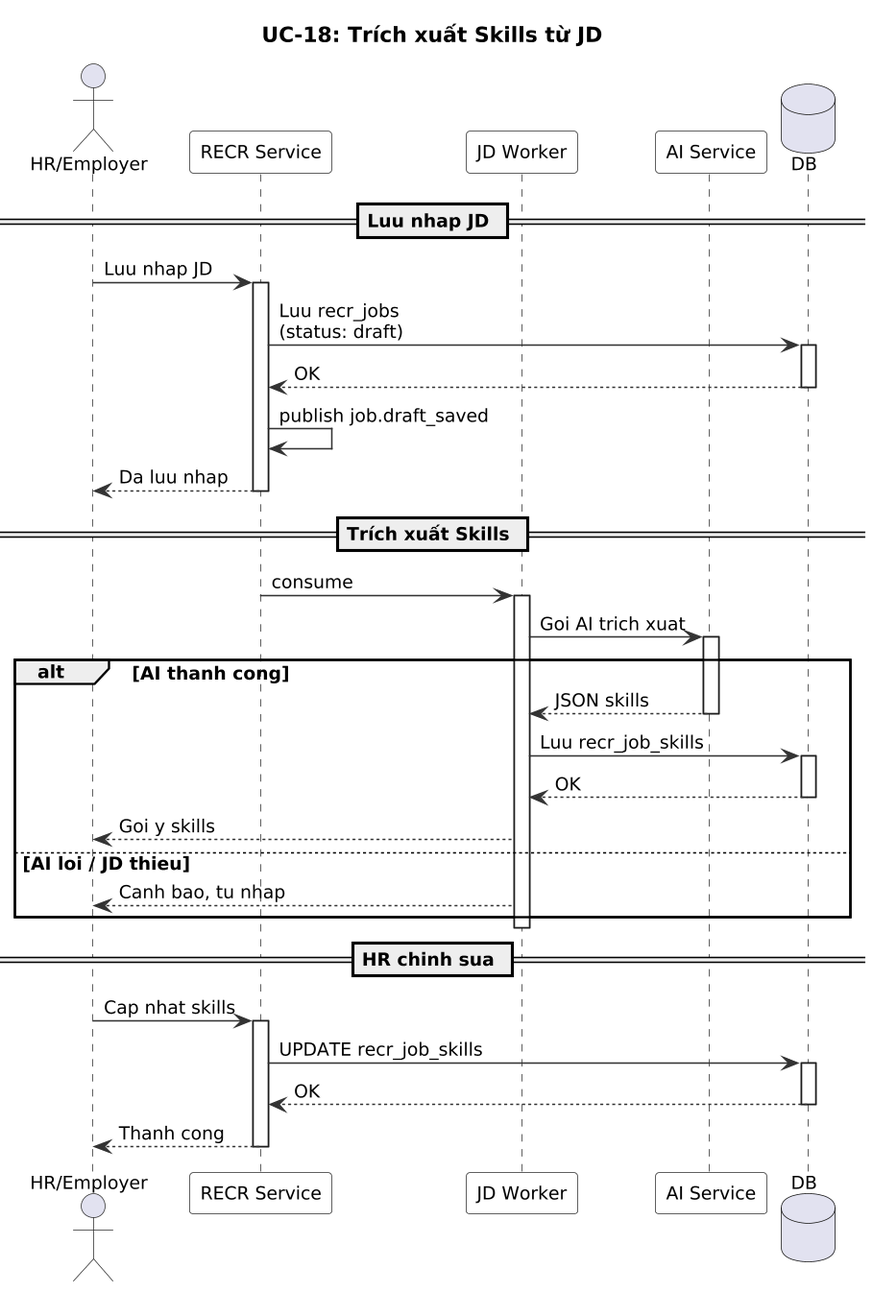
Before: modules/dist/recr/images/sequence/uc18-jd-skill-extraction-sequence.png, a diagram exported from PlantUML (namnh240795/document).
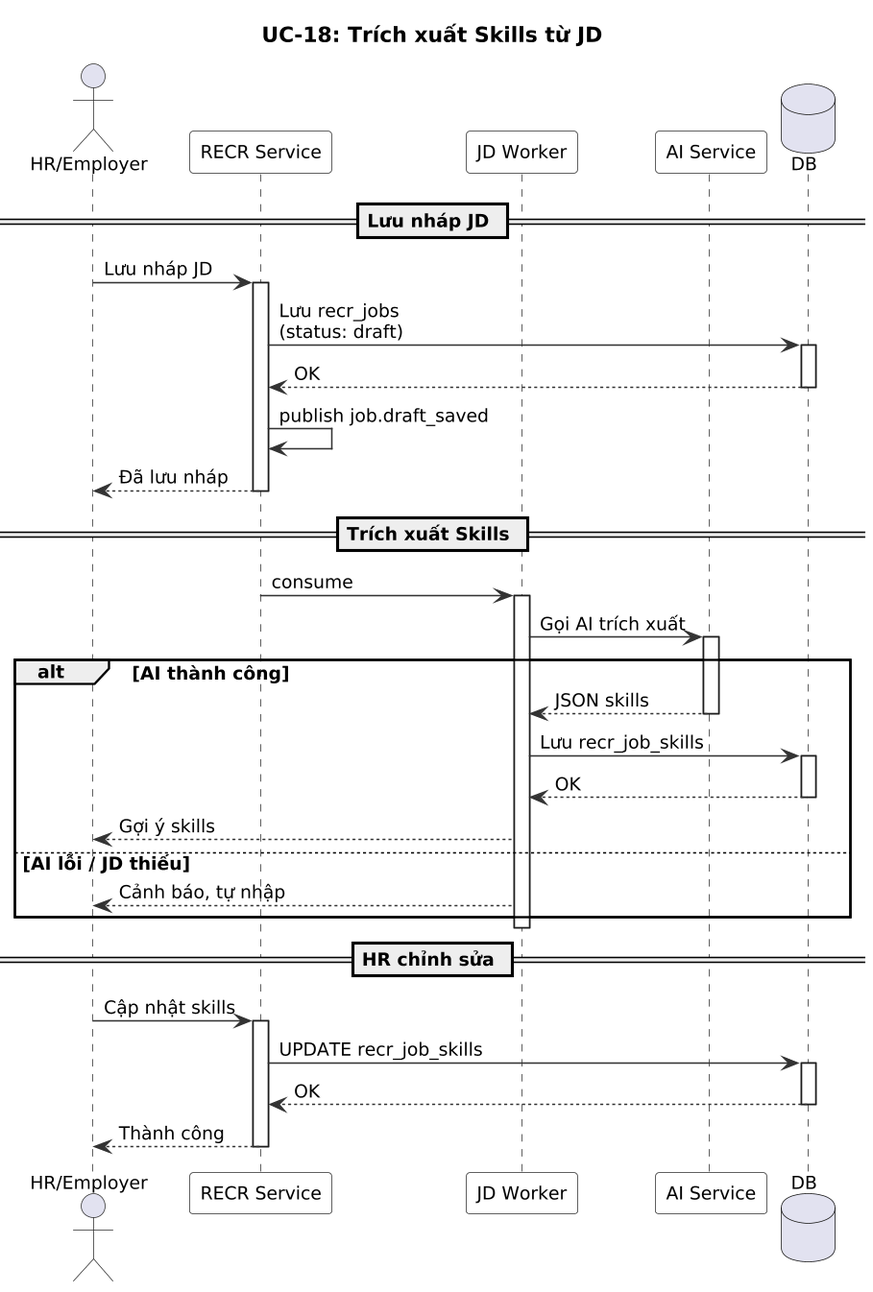
After the change.

Change to the diagram source:
```diff
@@ -19,47 +19,47 @@
 participant "AI Service" as AI
 database "DB" as DB
 
-== Luu nhap JD ==
+== Lưu nháp JD ==
 
-HR -> R : Luu nhap JD
+HR -> R : Lưu nháp JD
 activate R
-R -> DB : Luu recr_jobs\n(status: draft)
+R -> DB : Lưu recr_jobs\n(status: draft)
 activate DB
 DB --> R : OK
 deactivate DB
 R -> R : publish job.draft_saved
-R --> HR : Da luu nhap
+R --> HR : Đã lưu nháp
 deactivate R
 
 == Trích xuất Skills ==
 
 R -> W : consume
 activate W
-W -> AI : Goi AI trich xuat
+W -> AI : Gọi AI trích xuất
 activate AI
 
-alt AI thanh cong
+alt AI thành công
   AI --> W : JSON skills
   deactivate AI
-  W -> DB : Luu recr_job_skills
+  W -> DB : Lưu recr_job_skills
   activate DB
   DB --> W : OK
   deactivate DB
-  W --> HR : Goi y skills
-else AI loi / JD thieu
-  W --> HR : Canh bao, tu nhap
+  W --> HR : Gợi ý skills
+else AI lỗi / JD thiếu
+  W --> HR : Cảnh báo, tự nhập
 end
 deactivate W
 
-== HR chinh sua ==
+== HR chỉnh sửa ==
 
-HR -> R : Cap nhat skills
+HR -> R : Cập nhật skills
 activate R
 R -> DB : UPDATE recr_job_skills
 activate DB
 DB --> R : OK
 deactivate DB
-R --> HR : Thanh cong
+R --> HR : Thành công
 deactivate R
 
 @enduml
```
